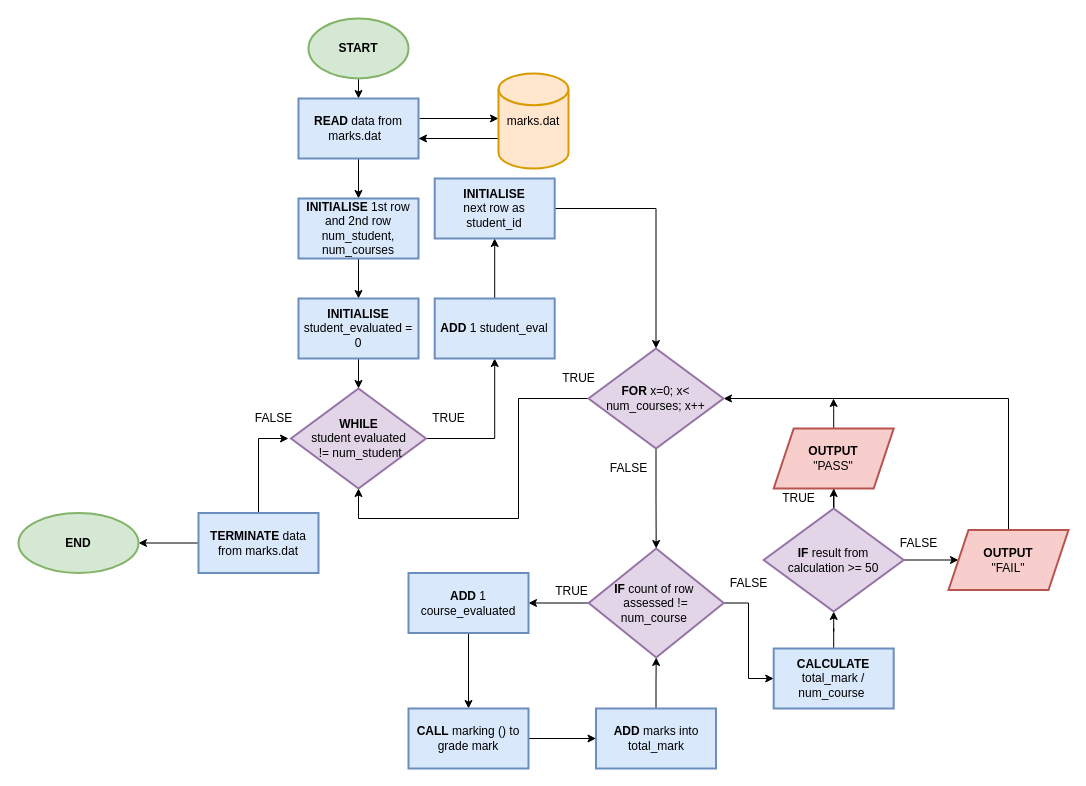
This is page "MainFunc" (1 of 2) of Untitled Diagram.drawio from erwanfadlys/OUM_Final, a draw.io file, before an edit. Source tidied: cells renumbered, new cells numbered last; positions are measured from the earlier drawing's top-left corner, leaving out a move shared by most shapes. Both pictures are drawn from the tidied source at 100%, with x=0, y=0 at pixel (18, 18).
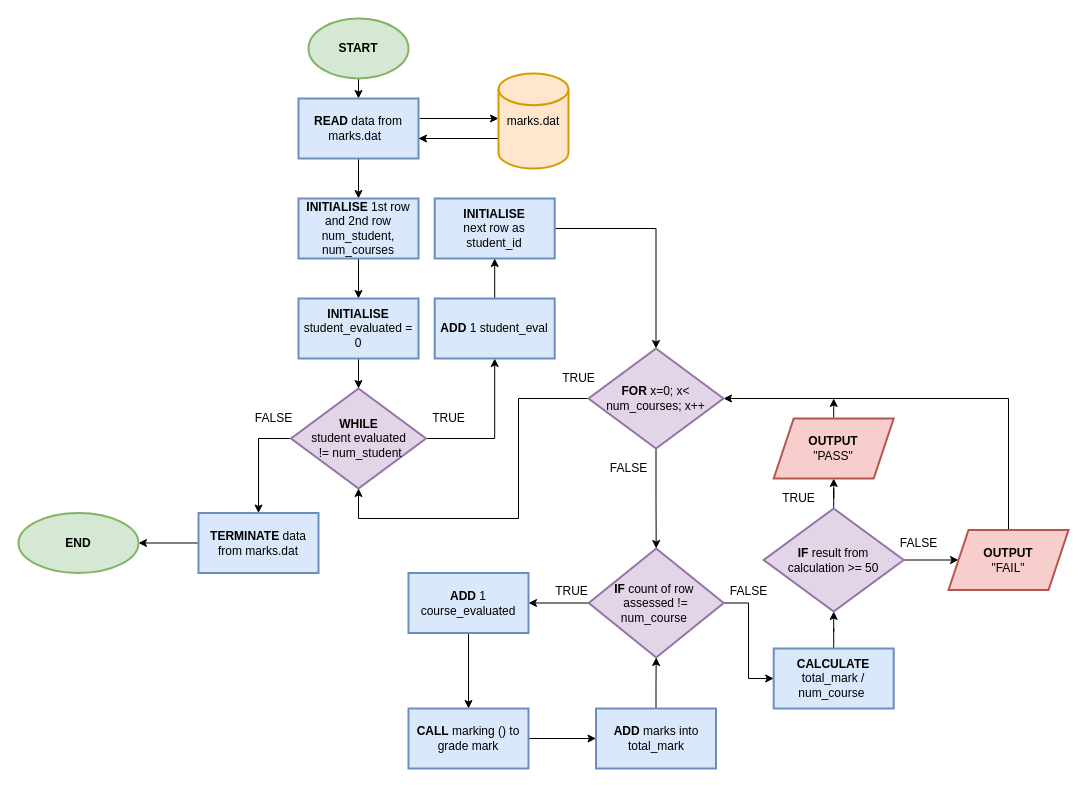
After the change.

The change refers to these unchanged cells:
```xml
<mxCell id="14" value="&lt;b&gt;WHILE&lt;/b&gt;&lt;br&gt;student evaluated&lt;br&gt;&amp;nbsp;!= num_student" style="rhombus;whiteSpace=wrap;html=1;strokeColor=#9673a6;strokeWidth=2;fillColor=#e1d5e7;" parent="1" vertex="1">
  <mxGeometry x="272.5" y="370" width="135" height="100" as="geometry" />
</mxCell>
<mxCell id="20" value="&lt;b&gt;TERMINATE&lt;/b&gt; data from marks.dat" style="whiteSpace=wrap;html=1;strokeColor=#6c8ebf;strokeWidth=2;fillColor=#dae8fc;" parent="1" vertex="1">
  <mxGeometry x="180" y="494.5" width="120" height="60" as="geometry" />
</mxCell>
```

What changed in the source:
```diff
@@
     <mxCell id="11" value="&lt;b&gt;INITIALISE&lt;/b&gt;&lt;br&gt;next row as student_id" style="whiteSpace=wrap;html=1;strokeWidth=2;fillColor=#dae8fc;strokeColor=#6c8ebf;" parent="1" vertex="1">
-      <mxGeometry x="416.2" y="160" width="120" height="60" as="geometry" />
+      <mxGeometry x="416.2" y="180" width="120" height="60" as="geometry" />
     </mxCell>
@@
+    <mxCell id="52" style="edgeStyle=orthogonalEdgeStyle;rounded=0;jettySize=auto;html=1;" parent="1" edge="1" source="14" target="20">
+      <mxGeometry relative="1" as="geometry">
+        <Array as="points">
+          <mxPoint x="240" y="420" />
+        </Array>
+      </mxGeometry>
+    </mxCell>
@@
-    <mxCell id="19" style="edgeStyle=orthogonalEdgeStyle;rounded=0;jettySize=auto;html=1;" parent="1" edge="1" source="20">
-      <mxGeometry relative="1" as="geometry">
-        <mxPoint x="270" y="420" as="targetPoint" />
-        <Array as="points">
-          <mxPoint x="240" y="420" />
-        </Array>
-      </mxGeometry>
-    </mxCell>
@@
     <mxCell id="38" value="&lt;b&gt;OUTPUT&lt;/b&gt;&lt;br&gt;&quot;PASS&quot;" style="shape=parallelogram;perimeter=parallelogramPerimeter;whiteSpace=wrap;html=1;fixedSize=1;strokeColor=#b85450;strokeWidth=2;fillColor=#f8cecc;" parent="1" vertex="1">
-      <mxGeometry x="755.2" y="410" width="120" height="60" as="geometry" />
+      <mxGeometry x="755.2" y="400" width="120" height="60" as="geometry" />
     </mxCell>
@@
     <mxCell id="42" value="FALSE" style="text;html=1;align=center;verticalAlign=middle;strokeColor=none;fillColor=none;" parent="1" vertex="1">
-      <mxGeometry x="705.2" y="554.5" width="50" height="20" as="geometry" />
+      <mxGeometry x="705" y="563" width="50" height="20" as="geometry" />
     </mxCell>
```
